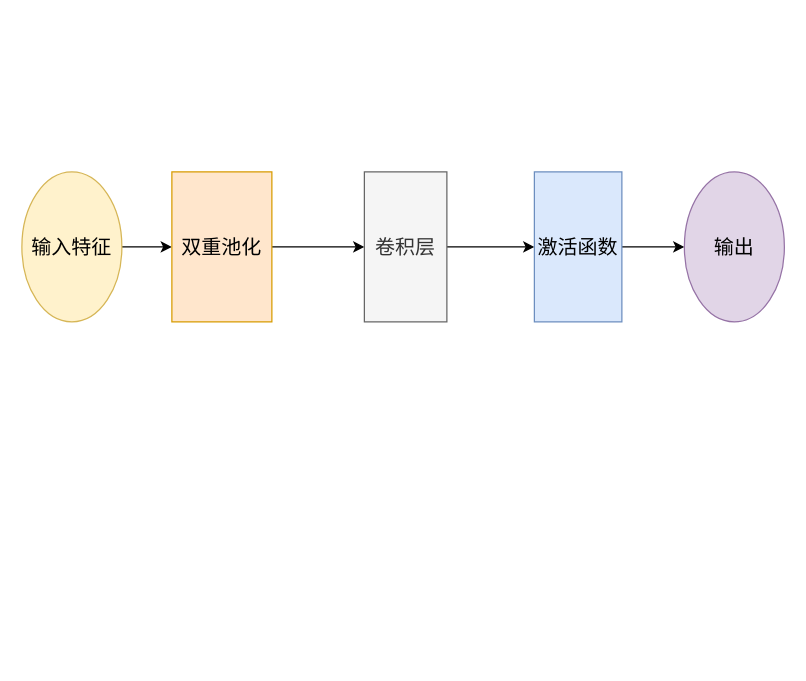
This is test.drawio from infiniteaim/Repository-from-Anonus, a draw.io file, before an edit. Source tidied: cells renumbered, new cells numbered last; positions are measured from the earlier drawing's top-left corner, leaving out a move shared by most shapes. Both pictures are drawn from the tidied source at 125%, with x=0, y=0 at pixel (21, 171).
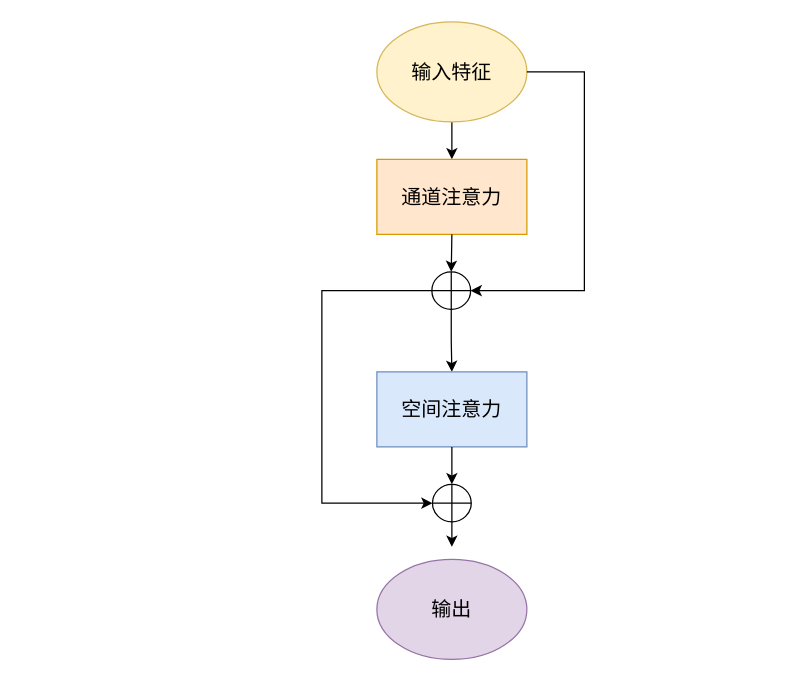
The same page after the edit.

Change to the diagram source:
```diff
@@
 <mxGraphModel>
   <root>
     <mxCell id="0" />
     <mxCell id="1" parent="0" />
-    <mxCell id="2" style="edgeStyle=orthogonalEdgeStyle;rounded=0;jettySize=auto;html=1;exitX=0.5;exitY=0;exitDx=0;exitDy=0;entryX=0.5;entryY=1;entryDx=0;entryDy=0;" parent="1" edge="1" source="3" target="5">
-      <mxGeometry relative="1" as="geometry" />
-    </mxCell>
+    <mxCell id="11" style="edgeStyle=orthogonalEdgeStyle;rounded=0;jettySize=auto;html=1;fontSize=16;" parent="1" edge="1" source="3" target="12">
+      <mxGeometry relative="1" as="geometry" />
+    </mxCell>
-    <mxCell id="3" value="输入特征" style="ellipse;whiteSpace=wrap;html=1;fontSize=16;direction=south;fillColor=#fff2cc;strokeColor=#d6b656;" parent="1" vertex="1">
-      <mxGeometry width="80" height="120" as="geometry" />
+    <mxCell id="3" value="输入特征" style="ellipse;whiteSpace=wrap;html=1;fontSize=16;fillColor=#fff2cc;strokeColor=#d6b656;" parent="1" vertex="1">
+      <mxGeometry x="284" y="-120" width="120" height="80" as="geometry" />
     </mxCell>
-    <mxCell id="4" style="edgeStyle=orthogonalEdgeStyle;rounded=0;jettySize=auto;html=1;exitX=0.5;exitY=0;exitDx=0;exitDy=0;entryX=0.5;entryY=1;entryDx=0;entryDy=0;" parent="1" edge="1" source="5" target="7">
-      <mxGeometry relative="1" as="geometry" />
-    </mxCell>
-    <mxCell id="5" value="双重池化" style="whiteSpace=wrap;html=1;fontSize=16;direction=south;fillColor=#ffe6cc;strokeColor=#d79b00;" parent="1" vertex="1">
-      <mxGeometry x="120" width="80" height="120" as="geometry" />
-    </mxCell>
-    <mxCell id="6" style="edgeStyle=orthogonalEdgeStyle;rounded=0;jettySize=auto;html=1;exitX=0.5;exitY=0;exitDx=0;exitDy=0;entryX=0.5;entryY=1;entryDx=0;entryDy=0;" parent="1" edge="1" source="7" target="9">
-      <mxGeometry relative="1" as="geometry" />
-    </mxCell>
-    <mxCell id="7" value="卷积层" style="whiteSpace=wrap;html=1;fontSize=16;direction=south;fillColor=#f5f5f5;fontColor=#333333;strokeColor=#666666;" parent="1" vertex="1">
-      <mxGeometry x="274" width="66" height="120" as="geometry" />
-    </mxCell>
-    <mxCell id="8" style="edgeStyle=orthogonalEdgeStyle;rounded=0;jettySize=auto;html=1;exitX=0.5;exitY=0;exitDx=0;exitDy=0;entryX=0.5;entryY=1;entryDx=0;entryDy=0;" parent="1" edge="1" source="9" target="10">
-      <mxGeometry relative="1" as="geometry" />
-    </mxCell>
-    <mxCell id="9" value="激活函数" style="whiteSpace=wrap;html=1;fontSize=16;direction=south;fillColor=#dae8fc;strokeColor=#6c8ebf;" parent="1" vertex="1">
-      <mxGeometry x="410" width="70" height="120" as="geometry" />
-    </mxCell>
+    <mxCell id="12" value="通道注意力" style="whiteSpace=wrap;html=1;fontSize=16;fillColor=#ffe6cc;strokeColor=#d79b00;" parent="1" vertex="1">
+      <mxGeometry x="284" y="-10" width="120" height="60" as="geometry" />
+    </mxCell>
+    <mxCell id="13" style="edgeStyle=orthogonalEdgeStyle;rounded=0;jettySize=auto;html=1;entryX=0.5;entryY=0;entryDx=0;entryDy=0;fontSize=16;" parent="1" edge="1" source="14" target="17">
+      <mxGeometry relative="1" as="geometry" />
+    </mxCell>
+    <mxCell id="14" style="verticalLabelPosition=bottom;verticalAlign=top;html=1;shape=mxgraph.flowchart.summing_function;fontSize=16;" parent="1" vertex="1">
+      <mxGeometry x="328" y="80" width="31" height="30" as="geometry" />
+    </mxCell>
+    <mxCell id="15" style="edgeStyle=orthogonalEdgeStyle;rounded=0;jettySize=auto;html=1;exitX=0.5;exitY=1;exitDx=0;exitDy=0;entryX=0.5;entryY=0;entryDx=0;entryDy=0;entryPerimeter=0;fontSize=16;" parent="1" edge="1" source="12" target="14">
+      <mxGeometry relative="1" as="geometry" />
+    </mxCell>
+    <mxCell id="16" style="edgeStyle=orthogonalEdgeStyle;rounded=0;jettySize=auto;html=1;exitX=1;exitY=0.5;exitDx=0;exitDy=0;entryX=1;entryY=0.5;entryDx=0;entryDy=0;entryPerimeter=0;fontSize=16;" parent="1" edge="1" source="3" target="14">
+      <mxGeometry relative="1" as="geometry">
+        <Array as="points">
+          <mxPoint x="450" y="-80" />
+          <mxPoint x="450" y="95" />
+        </Array>
+      </mxGeometry>
+    </mxCell>
+    <mxCell id="17" value="空间注意力" style="rounded=0;whiteSpace=wrap;html=1;fontSize=16;fillColor=#dae8fc;strokeColor=#6c8ebf;" parent="1" vertex="1">
+      <mxGeometry x="284" y="160" width="120" height="60" as="geometry" />
+    </mxCell>
+    <mxCell id="18" style="edgeStyle=orthogonalEdgeStyle;rounded=0;jettySize=auto;html=1;exitX=0.5;exitY=1;exitDx=0;exitDy=0;exitPerimeter=0;fontSize=16;" parent="1" edge="1" source="19">
+      <mxGeometry relative="1" as="geometry">
+        <mxPoint x="344" y="300" as="targetPoint" />
+      </mxGeometry>
+    </mxCell>
+    <mxCell id="19" style="verticalLabelPosition=bottom;verticalAlign=top;html=1;shape=mxgraph.flowchart.summing_function;fontSize=16;" parent="1" vertex="1">
+      <mxGeometry x="328.5" y="250" width="31" height="30" as="geometry" />
+    </mxCell>
+    <mxCell id="20" style="edgeStyle=orthogonalEdgeStyle;rounded=0;jettySize=auto;html=1;entryX=0.5;entryY=0;entryDx=0;entryDy=0;entryPerimeter=0;fontSize=16;" parent="1" edge="1" source="17" target="19">
+      <mxGeometry relative="1" as="geometry" />
+    </mxCell>
+    <mxCell id="21" style="edgeStyle=orthogonalEdgeStyle;rounded=0;jettySize=auto;html=1;exitX=0;exitY=0.5;exitDx=0;exitDy=0;exitPerimeter=0;entryX=0;entryY=0.5;entryDx=0;entryDy=0;entryPerimeter=0;fontSize=16;" parent="1" edge="1" source="14" target="19">
+      <mxGeometry relative="1" as="geometry">
+        <Array as="points">
+          <mxPoint x="240" y="95" />
+          <mxPoint x="240" y="265" />
+        </Array>
+      </mxGeometry>
+    </mxCell>
-    <mxCell id="10" value="输出" style="ellipse;whiteSpace=wrap;html=1;fontSize=16;direction=south;fillColor=#e1d5e7;strokeColor=#9673a6;" parent="1" vertex="1">
-      <mxGeometry x="530" width="80" height="120" as="geometry" />
+    <mxCell id="10" value="输出" style="ellipse;whiteSpace=wrap;html=1;fontSize=16;fillColor=#e1d5e7;strokeColor=#9673a6;" parent="1" vertex="1">
+      <mxGeometry x="284" y="310" width="120" height="80" as="geometry" />
     </mxCell>
   </root>
 </mxGraphModel>
```
